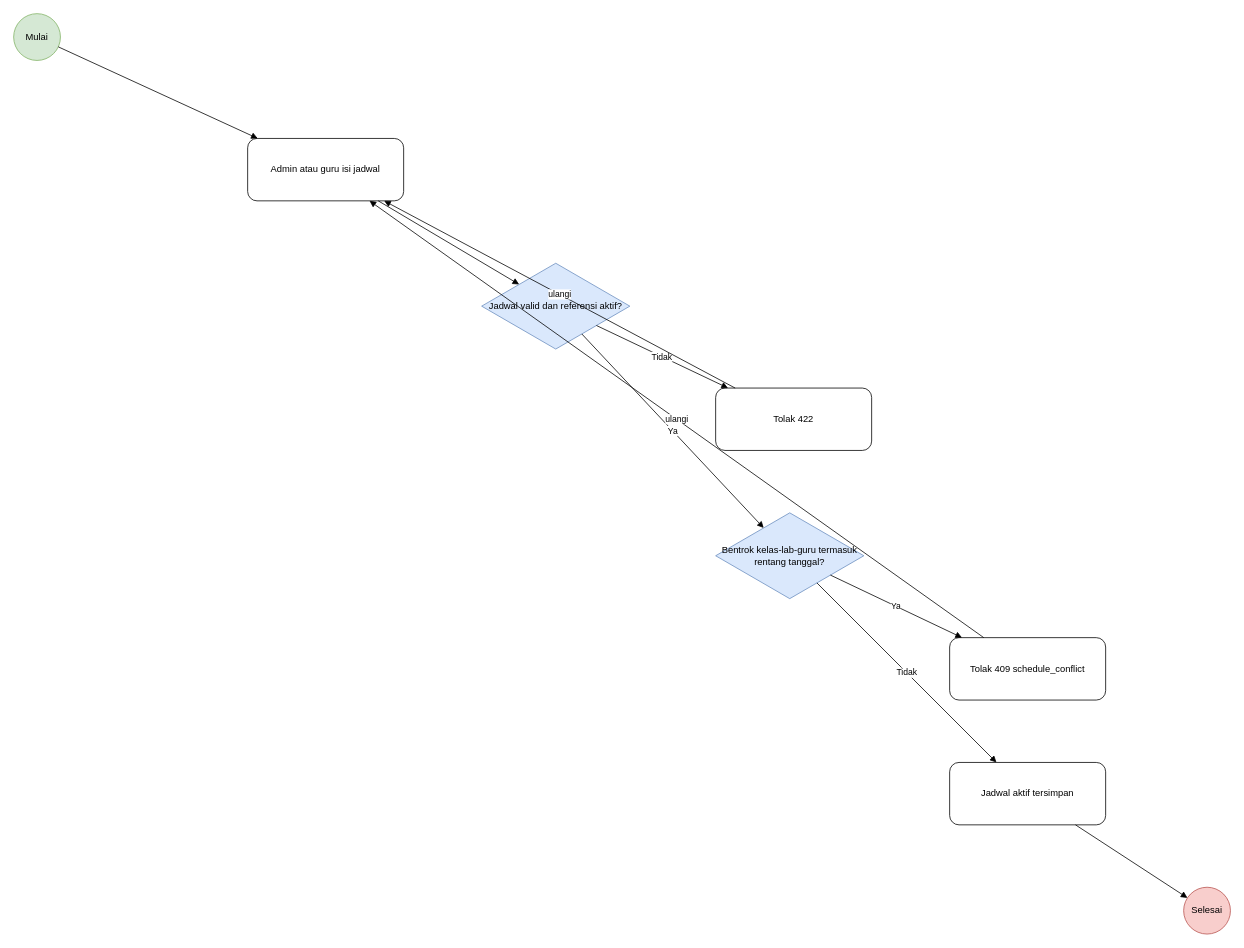
Earlier version of the draw.io diagram docs/diagrams/drawio/flow-f04-schedule.drawio (mygads/Face-Recognition-Capstone). Source tidied: cells renumbered, new cells numbered last; positions are measured from the earlier drawing's top-left corner, leaving out a move shared by most shapes. Both pictures are drawn from the tidied source at 78%, with x=0, y=0 at pixel (13, 13).
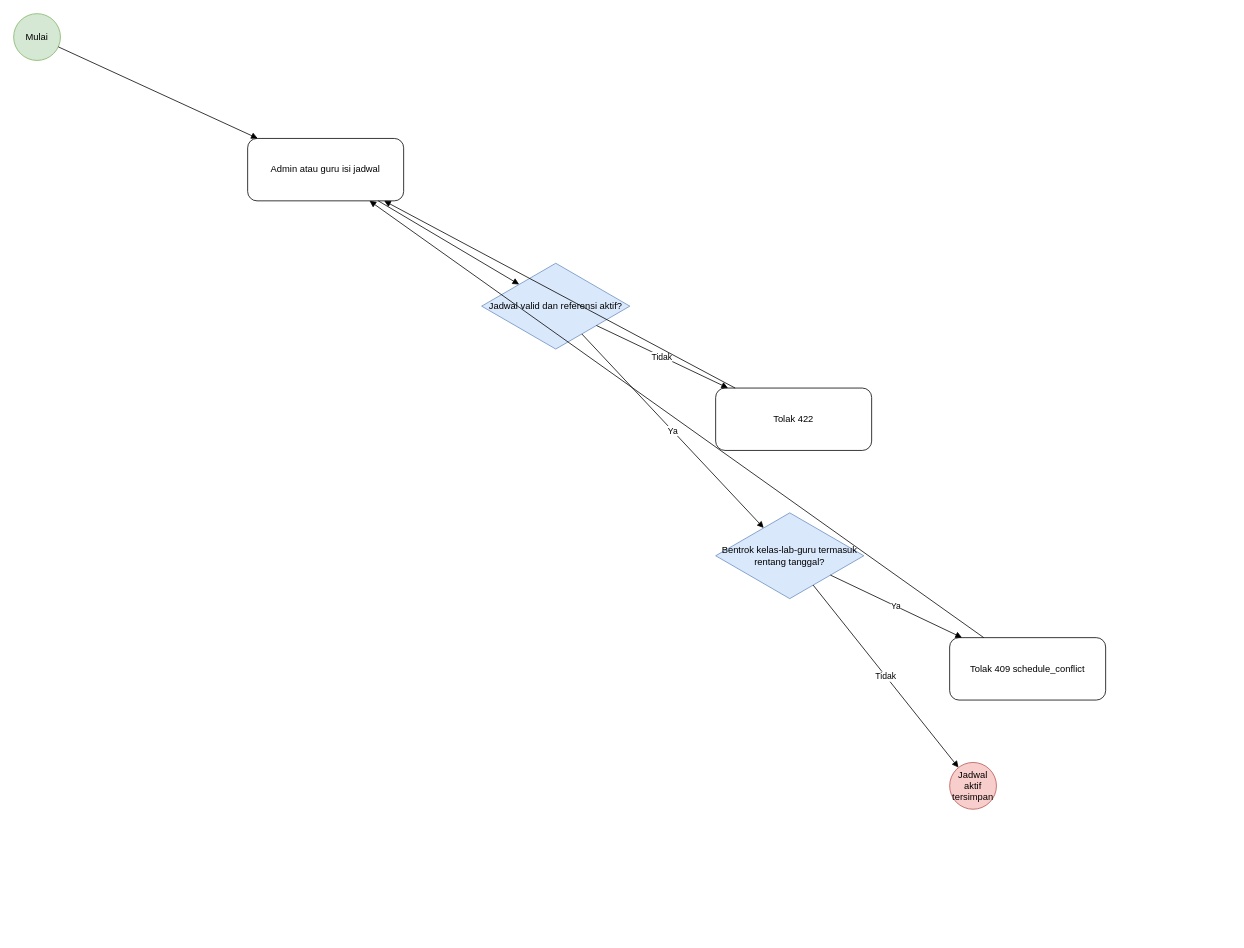
After the change.

Diff of the diagram source:
```diff
@@
 <mxGraphModel>
   <root>
     <mxCell id="0" />
     <mxCell id="1" parent="0" />
     <mxCell id="2" value="Mulai" style="ellipse;whiteSpace=wrap;html=1;fillColor=#d5e8d4;strokeColor=#82b366;fontSize=12;" parent="1" vertex="1">
       <mxGeometry width="60" height="60" as="geometry" />
     </mxCell>
     <mxCell id="3" value="Admin atau guru isi jadwal" style="rounded=1;whiteSpace=wrap;html=1;fontSize=12;" parent="1" vertex="1">
       <mxGeometry x="300" y="160" width="200" height="80" as="geometry" />
     </mxCell>
     <mxCell id="4" value="Jadwal valid dan referensi aktif?" style="rhombus;whiteSpace=wrap;html=1;fillColor=#dae8fc;strokeColor=#6c8ebf;fontSize=12;" parent="1" vertex="1">
       <mxGeometry x="600" y="320" width="190" height="110" as="geometry" />
     </mxCell>
     <mxCell id="5" value="Tolak 422" style="rounded=1;whiteSpace=wrap;html=1;fontSize=12;" parent="1" vertex="1">
       <mxGeometry x="900" y="480" width="200" height="80" as="geometry" />
     </mxCell>
     <mxCell id="6" value="Bentrok kelas-lab-guru termasuk rentang tanggal?" style="rhombus;whiteSpace=wrap;html=1;fillColor=#dae8fc;strokeColor=#6c8ebf;fontSize=12;" parent="1" vertex="1">
       <mxGeometry x="900" y="640" width="190" height="110" as="geometry" />
     </mxCell>
     <mxCell id="7" value="Tolak 409 schedule_conflict" style="rounded=1;whiteSpace=wrap;html=1;fontSize=12;" parent="1" vertex="1">
       <mxGeometry x="1200" y="800" width="200" height="80" as="geometry" />
     </mxCell>
-    <mxCell id="8" value="Jadwal aktif tersimpan" style="rounded=1;whiteSpace=wrap;html=1;fontSize=12;" parent="1" vertex="1">
-      <mxGeometry x="1200" y="960" width="200" height="80" as="geometry" />
+    <mxCell id="8" value="Jadwal aktif tersimpan" style="ellipse;whiteSpace=wrap;html=1;fillColor=#f8cecc;strokeColor=#b85450;fontSize=12;" parent="1" vertex="1">
+      <mxGeometry x="1200" y="960" width="60" height="60" as="geometry" />
     </mxCell>
-    <mxCell id="9" value="Selesai" style="ellipse;whiteSpace=wrap;html=1;fillColor=#f8cecc;strokeColor=#b85450;fontSize=12;" parent="1" vertex="1">
-      <mxGeometry x="1500" y="1120" width="60" height="60" as="geometry" />
-    </mxCell>
     <mxCell id="10" style="endArrow=block;html=1;fontSize=11;" parent="1" edge="1" source="2" target="3">
       <mxGeometry relative="1" as="geometry" />
     </mxCell>
     <mxCell id="11" style="endArrow=block;html=1;fontSize=11;" parent="1" edge="1" source="3" target="4">
       <mxGeometry relative="1" as="geometry" />
     </mxCell>
     <mxCell id="12" value="Tidak" style="endArrow=block;html=1;fontSize=11;" parent="1" edge="1" source="4" target="5">
       <mxGeometry relative="1" as="geometry" />
     </mxCell>
     <mxCell id="13" value="Ya" style="endArrow=block;html=1;fontSize=11;" parent="1" edge="1" source="4" target="6">
       <mxGeometry relative="1" as="geometry" />
     </mxCell>
-    <mxCell id="14" value="ulangi" style="endArrow=block;html=1;fontSize=11;" parent="1" edge="1" source="5" target="3">
+    <mxCell id="14" style="endArrow=block;html=1;fontSize=11;" parent="1" edge="1" source="5" target="3">
       <mxGeometry relative="1" as="geometry" />
     </mxCell>
     <mxCell id="15" value="Ya" style="endArrow=block;html=1;fontSize=11;" parent="1" edge="1" source="6" target="7">
       <mxGeometry relative="1" as="geometry" />
     </mxCell>
     <mxCell id="16" value="Tidak" style="endArrow=block;html=1;fontSize=11;" parent="1" edge="1" source="6" target="8">
       <mxGeometry relative="1" as="geometry" />
     </mxCell>
-    <mxCell id="17" value="ulangi" style="endArrow=block;html=1;fontSize=11;" parent="1" edge="1" source="7" target="3">
+    <mxCell id="17" style="endArrow=block;html=1;fontSize=11;" parent="1" edge="1" source="7" target="3">
       <mxGeometry relative="1" as="geometry" />
     </mxCell>
-    <mxCell id="18" style="endArrow=block;html=1;fontSize=11;" parent="1" edge="1" source="8" target="9">
-      <mxGeometry relative="1" as="geometry" />
-    </mxCell>
   </root>
 </mxGraphModel>
```
